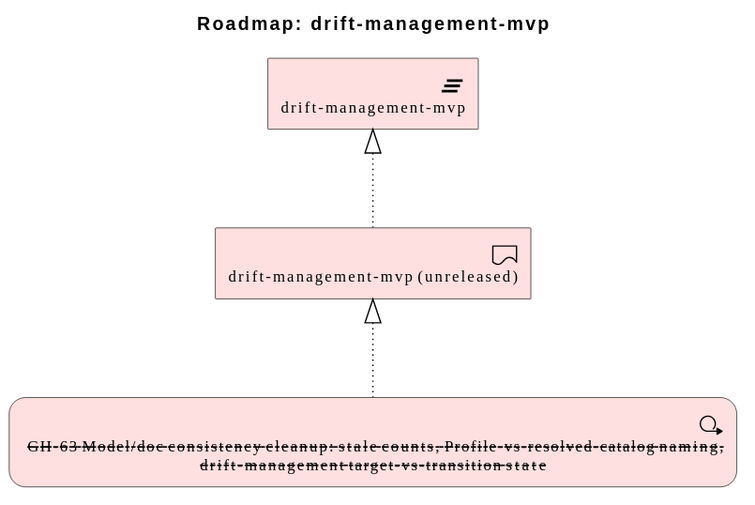
This is architecture/model/diagrams/migration/plat-drift-management-mvp-5.svg from wolffy-au/frictionless-architect, a PlantUML export, as it was before one commit.
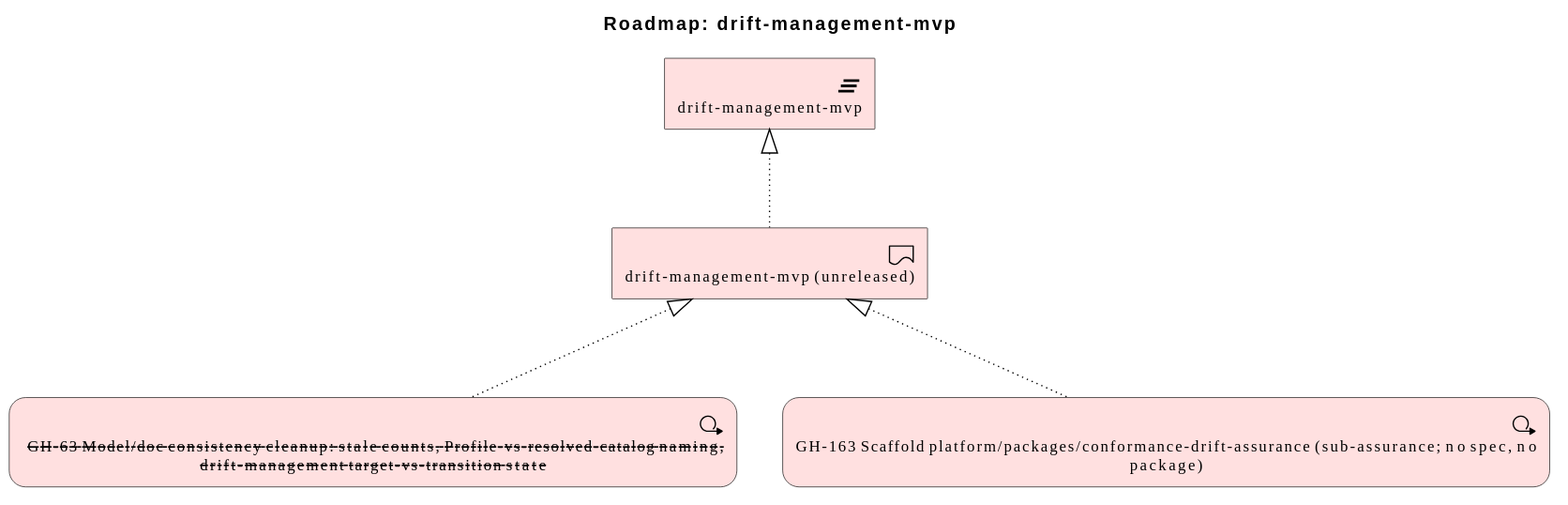
After the change.

Change to the diagram source:
```diff
@@ -6,7 +6,9 @@
 Implementation_Deliverable(e_id0ddaa4bf9fcd56, "drift-management-mvp (unreleased)")
 Implementation_Plateau(e_id5e6e2234873251, "drift-management-mvp")
 Implementation_WorkPackage(e_idcc4eb66ae9285f, " --GH-63 Model/doc consistency cleanup: stale counts, Profile-vs-resolved-catalog naming, drift-management target-vs-transition state--")
+Implementation_WorkPackage(e_id4eb86cc3b03c53, "GH-163 Scaffold platform/packages/conformance-drift-assurance (sub-assurance; no spec, no package)")
 
 Rel_Realization_Up(e_id0ddaa4bf9fcd56, e_id5e6e2234873251, "")
 Rel_Realization_Up(e_idcc4eb66ae9285f, e_id0ddaa4bf9fcd56, "")
+Rel_Realization_Up(e_id4eb86cc3b03c53, e_id0ddaa4bf9fcd56, "")
 @enduml
```
